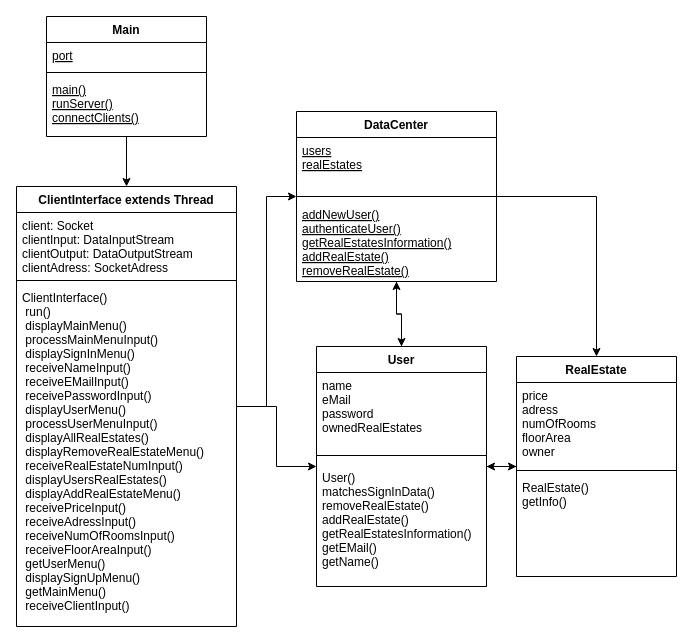
Before: EntwurfsdiagrammServer.drawio in FabioKron/Online-Immobilienportal, a draw.io diagram. Source tidied: cells renumbered, new cells numbered last; positions are measured from the earlier drawing's top-left corner, leaving out a move shared by most shapes. Both pictures are drawn from the tidied source at 100%, with x=0, y=0 at pixel (16, 16).
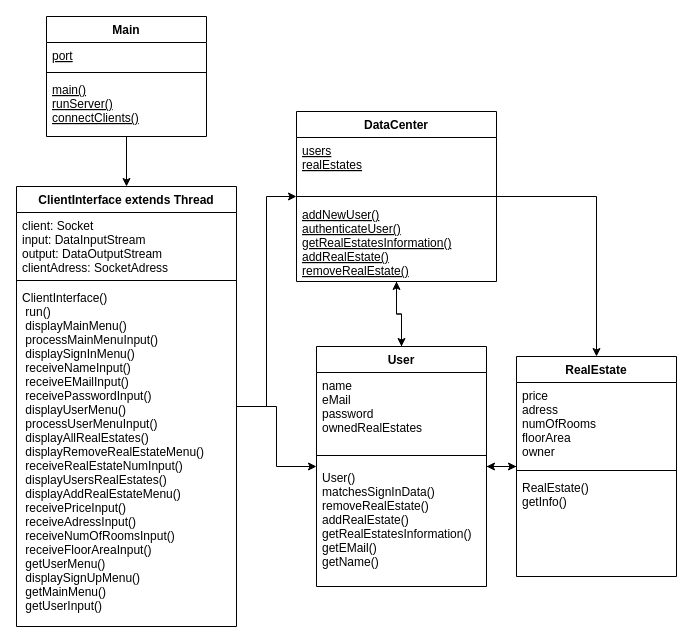
The same page after the edit.

Commit message (it also covers changes not shown here):
Anpassen Entwurfsdiagramm Server wie Code

The change refers to these unchanged cells:
```xml
<mxCell id="9" value="ClientInterface extends Thread" style="swimlane;fontStyle=1;align=center;verticalAlign=top;horizontal=1;startSize=26;" parent="1" vertex="1">
  <mxGeometry y="170" width="220" height="440" as="geometry" />
</mxCell>
```

Change to the diagram source:
```diff
@@
-    <mxCell id="10" value="client: Socket&#10;clientInput: DataInputStream&#10;clientOutput: DataOutputStream&#10;clientAdress: SocketAdress&#10;" style="text;strokeColor=none;fillColor=none;align=left;verticalAlign=top;spacingLeft=4;spacingRight=4;overflow=hidden;" parent="9" vertex="1">
+    <mxCell id="10" value="client: Socket&#10;input: DataInputStream&#10;output: DataOutputStream&#10;clientAdress: SocketAdress&#10;" style="text;strokeColor=none;fillColor=none;align=left;verticalAlign=top;spacingLeft=4;spacingRight=4;overflow=hidden;" parent="9" vertex="1">
       <mxGeometry y="26" width="220" height="64" as="geometry" />
     </mxCell>
@@
-    <mxCell id="12" value="ClientInterface()&#10; run()&#10; displayMainMenu()&#10; processMainMenuInput()&#10; displaySignInMenu()&#10; receiveNameInput()&#10; receiveEMailInput()&#10; receivePasswordInput()&#10; displayUserMenu()&#10; processUserMenuInput()&#10; displayAllRealEstates()&#10; displayRemoveRealEstateMenu()&#10; receiveRealEstateNumInput()&#10; displayUsersRealEstates()&#10; displayAddRealEstateMenu()&#10; receivePriceInput()&#10; receiveAdressInput()&#10; receiveNumOfRoomsInput()&#10; receiveFloorAreaInput()&#10; getUserMenu()&#10; displaySignUpMenu()&#10; getMainMenu()&#10; receiveClientInput()&#10;" style="text;strokeColor=none;fillColor=none;align=left;verticalAlign=top;spacingLeft=4;spacingRight=4;overflow=hidden;" parent="9" vertex="1">
+    <mxCell id="12" value="ClientInterface()&#10; run()&#10; displayMainMenu()&#10; processMainMenuInput()&#10; displaySignInMenu()&#10; receiveNameInput()&#10; receiveEMailInput()&#10; receivePasswordInput()&#10; displayUserMenu()&#10; processUserMenuInput()&#10; displayAllRealEstates()&#10; displayRemoveRealEstateMenu()&#10; receiveRealEstateNumInput()&#10; displayUsersRealEstates()&#10; displayAddRealEstateMenu()&#10; receivePriceInput()&#10; receiveAdressInput()&#10; receiveNumOfRoomsInput()&#10; receiveFloorAreaInput()&#10; getUserMenu()&#10; displaySignUpMenu()&#10; getMainMenu()&#10; getUserInput()&#10;" style="text;strokeColor=none;fillColor=none;align=left;verticalAlign=top;spacingLeft=4;spacingRight=4;overflow=hidden;" parent="9" vertex="1">
       <mxGeometry y="98" width="220" height="342" as="geometry" />
     </mxCell>
```
